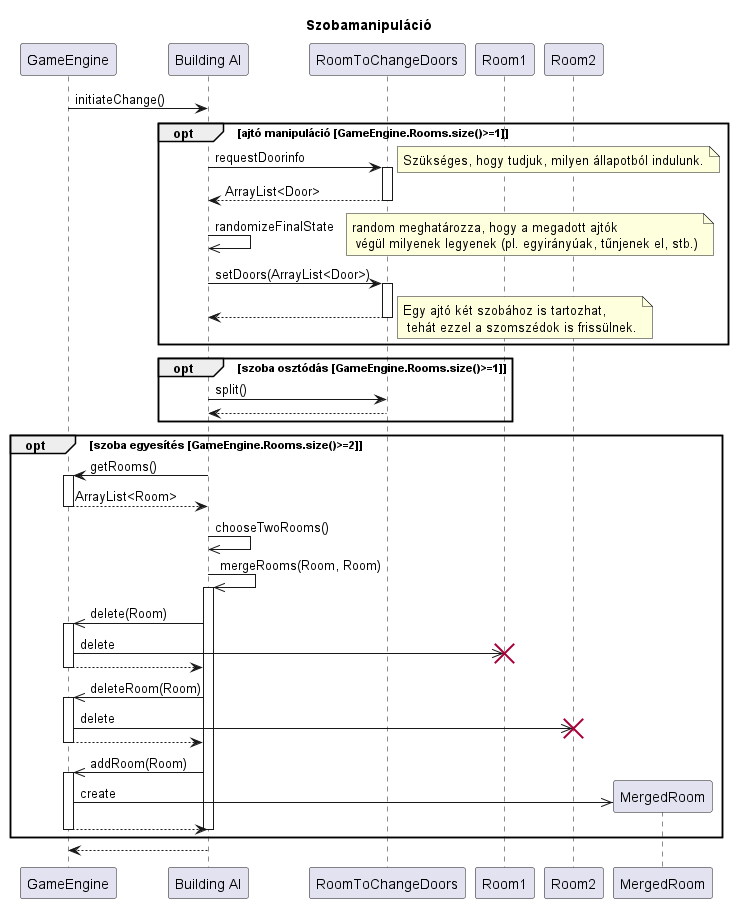
Before: out/diagramms/src/building_change/building_change.png, a diagram exported from PlantUML (kipolaris/skyrimscriptsuttogok).
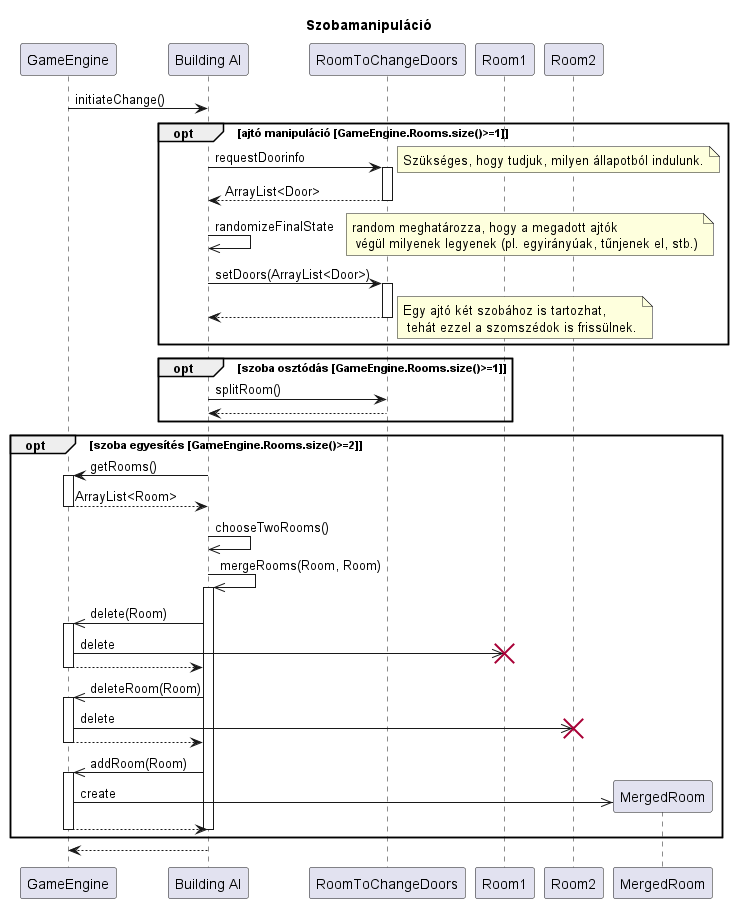
Later version of the same file.

Diff of the diagram source:
```diff
@@ -28,7 +28,7 @@
 
 opt szoba osztódás [GameEngine.Rooms.size()>=1]
 
-    ai->sz : split()
+    ai->sz : splitRoom()
     return
 
 end
```
